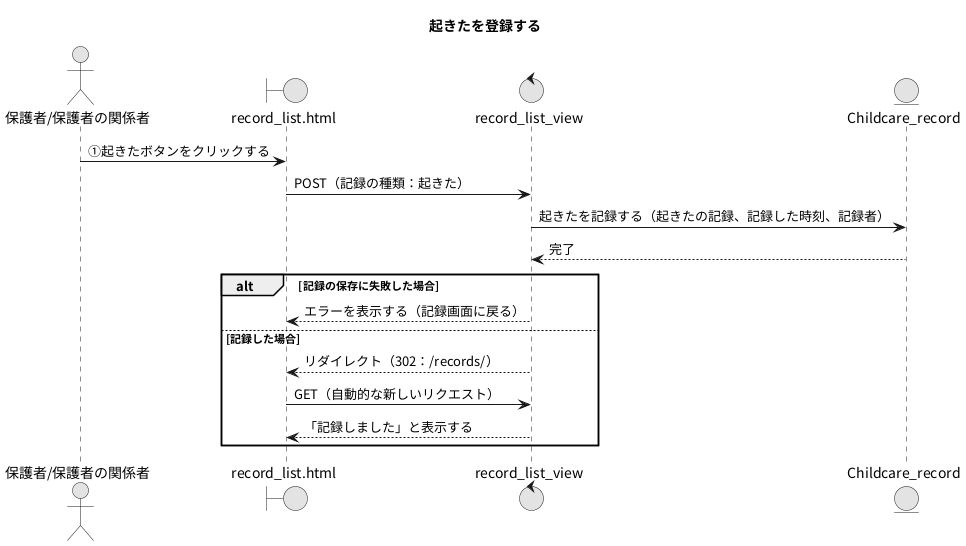
The PlantUML diagram PNG/28_起きたを登録する.png in Ma2naga190330/26_sotugyou_puml, before a commit.
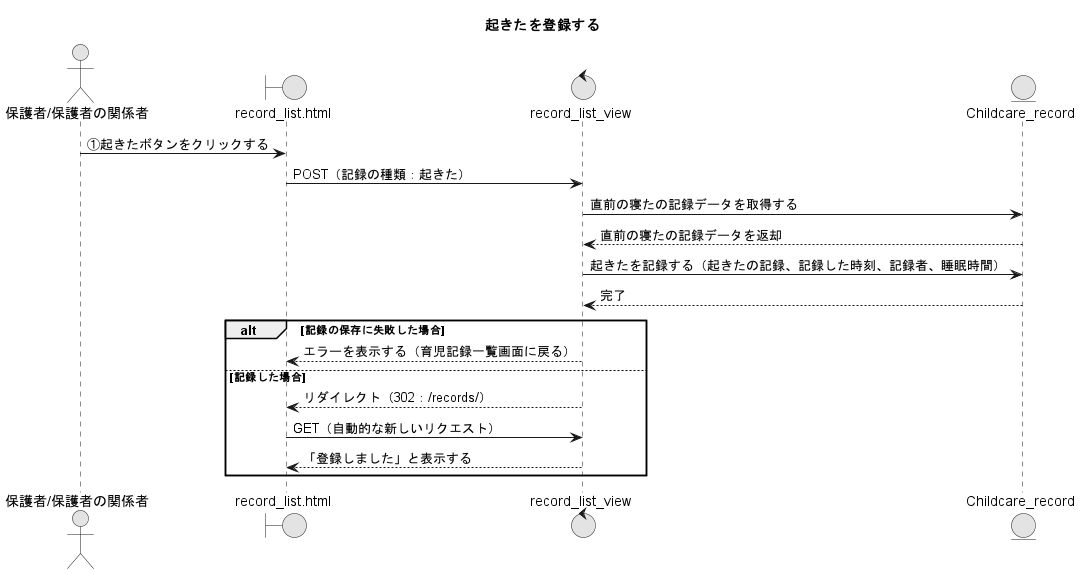
Later version of the same file.

What changed in the source:
```diff
@@ -10,13 +10,15 @@
 
 A -> RLP : ①起きたボタンをクリックする
 RLP -> RLV : POST（記録の種類：起きた）
-RLV -> CRM : 起きたを記録する（起きたの記録、記録した時刻、記録者）
+RLV -> CRM : 直前の寝たの記録データを取得する
+RLV <-- CRM : 直前の寝たの記録データを返却
+RLV -> CRM : 起きたを記録する（起きたの記録、記録した時刻、記録者、睡眠時間）
 RLV <-- CRM : 完了
 alt 記録の保存に失敗した場合
-  RLV --> RLP : エラーを表示する（記録画面に戻る）
+  RLV --> RLP : エラーを表示する（育児記録一覧画面に戻る）
 else 記録した場合
   RLV --> RLP : リダイレクト（302：/records/）
   RLP -> RLV : GET（自動的な新しいリクエスト）
-  RLV --> RLP : 「記録しました」と表示する
+  RLV --> RLP : 「登録しました」と表示する
 end
 @enduml
```
